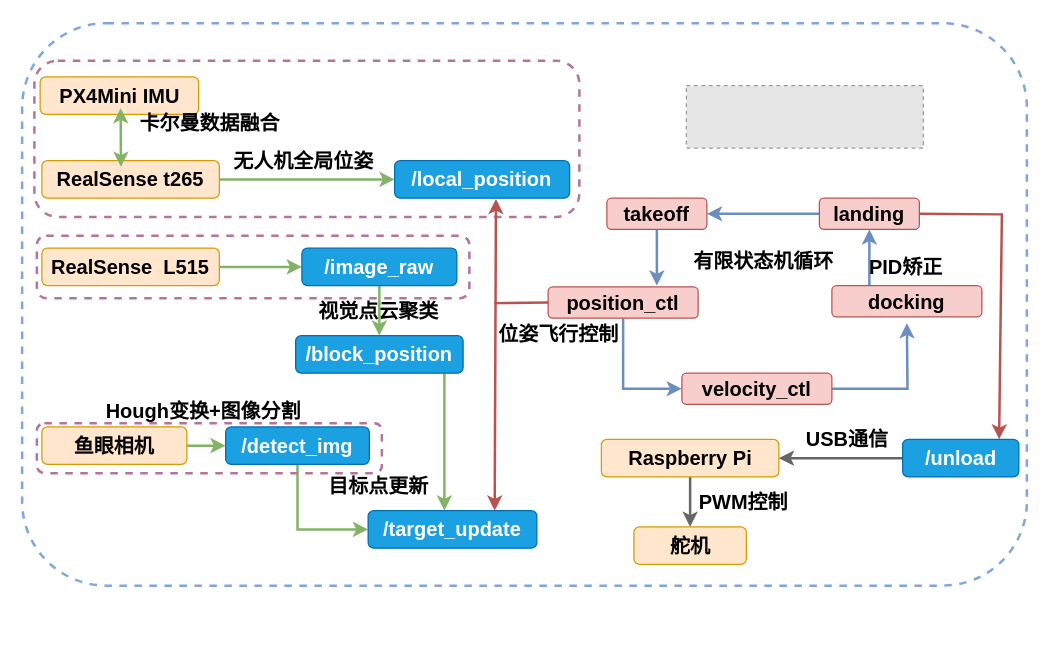
Before: DIP.drawio in Dem-phi/Everlasting-HA.github.io, a draw.io diagram. Source tidied: cells renumbered, new cells numbered last; positions are measured from the earlier drawing's top-left corner, leaving out a move shared by most shapes. Both pictures are drawn from the tidied source at 125%, with x=0, y=0 at pixel (21, 22). Pictures stored in the file or linked from it are replaced by grey dashed boxes.
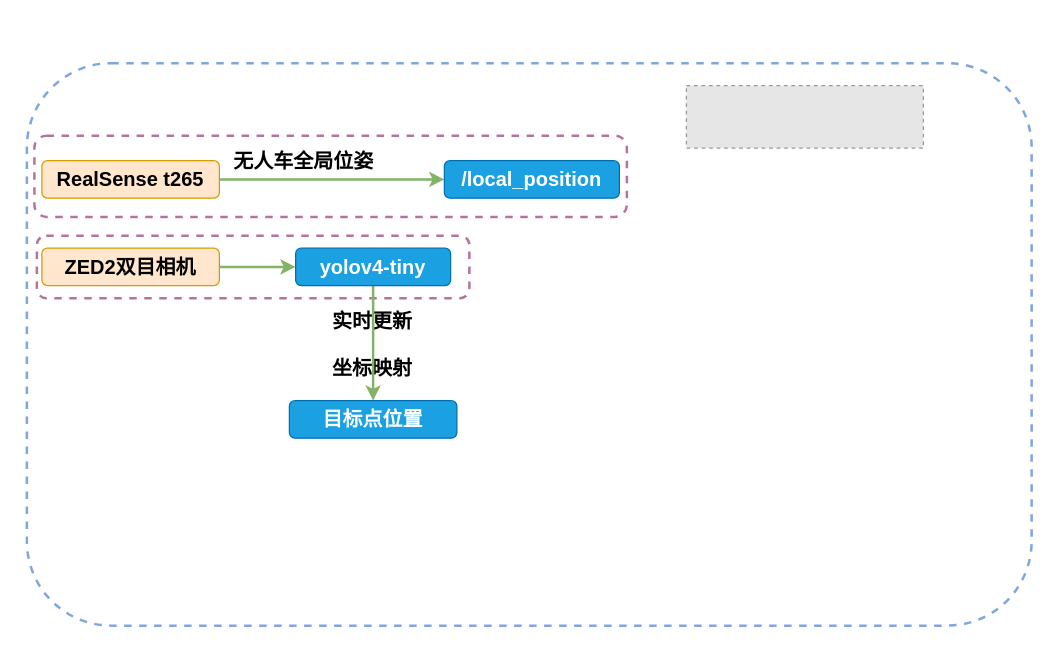
Above is the later version.

The edit, as a diff of the source:
```diff
@@
     <mxCell id="2" style="rounded=1;whiteSpace=wrap;html=1;fontSize=16;fontColor=#FFFFFF;fillColor=none;gradientColor=#ffffff;dashed=1;strokeWidth=2;strokeColor=#7EA6E0;" parent="1" vertex="1">
-      <mxGeometry x="0.2" width="803.8" height="450" as="geometry" />
+      <mxGeometry x="4" y="32" width="803.8" height="450" as="geometry" />
     </mxCell>
     <mxCell id="3" style="rounded=1;whiteSpace=wrap;html=1;fillColor=none;dashed=1;strokeColor=#B5739D;strokeWidth=2;" parent="1" vertex="1">
-      <mxGeometry x="10" y="30" width="436" height="125" as="geometry" />
+      <mxGeometry x="10" y="90" width="474" height="65" as="geometry" />
     </mxCell>
@@
-    <mxCell id="6" style="edgeStyle=orthogonalEdgeStyle;rounded=0;jettySize=auto;html=1;strokeWidth=2;fillColor=#d5e8d4;strokeColor=#82b366;entryX=0;entryY=0.5;entryDx=0;entryDy=0;" parent="1" edge="1" source="7" target="22">
-      <mxGeometry relative="1" as="geometry" />
-    </mxCell>
-    <mxCell id="7" value="/detect_img" style="rounded=1;whiteSpace=wrap;html=1;fillColor=#1ba1e2;strokeColor=#006EAF;horizontal=1;fontSize=16;fontColor=#ffffff;fontStyle=1;" parent="1" vertex="1">
-      <mxGeometry x="163" y="323" width="115" height="30" as="geometry" />
-    </mxCell>
@@
-    <mxCell id="11" value="&lt;font color=&quot;#000000&quot;&gt;RealSense&amp;nbsp; L515&lt;/font&gt;" style="rounded=1;whiteSpace=wrap;html=1;fontSize=16;fillColor=#ffe6cc;strokeColor=#d79b00;fontStyle=1;" parent="1" vertex="1">
+    <mxCell id="11" value="&lt;font color=&quot;#000000&quot;&gt;ZED2双目相机&lt;/font&gt;" style="rounded=1;whiteSpace=wrap;html=1;fontSize=16;fillColor=#ffe6cc;strokeColor=#d79b00;fontStyle=1;" parent="1" vertex="1">
       <mxGeometry x="16" y="180" width="142" height="30" as="geometry" />
     </mxCell>
-    <mxCell id="12" style="edgeStyle=orthogonalEdgeStyle;rounded=0;jettySize=auto;html=1;strokeWidth=2;fillColor=#f5f5f5;strokeColor=#666666;exitX=0.5;exitY=1;exitDx=0;exitDy=0;" parent="1" edge="1" source="48" target="13">
-      <mxGeometry relative="1" as="geometry" />
-    </mxCell>
-    <mxCell id="13" value="舵机" style="rounded=1;whiteSpace=wrap;html=1;fontSize=16;fillColor=#ffe6cc;strokeColor=#d79b00;fontStyle=1;" parent="1" vertex="1">
-      <mxGeometry x="489.6" y="403" width="90" height="30" as="geometry" />
-    </mxCell>
-    <mxCell id="14" style="edgeStyle=orthogonalEdgeStyle;rounded=0;jettySize=auto;html=1;strokeWidth=2;fillColor=#d5e8d4;strokeColor=#82b366;" parent="1" edge="1" source="15" target="7">
-      <mxGeometry relative="1" as="geometry" />
-    </mxCell>
-    <mxCell id="15" value="鱼眼相机" style="rounded=1;whiteSpace=wrap;html=1;fontSize=16;fillColor=#ffe6cc;strokeColor=#d79b00;fontStyle=1;" parent="1" vertex="1">
-      <mxGeometry x="16" y="323" width="116" height="30" as="geometry" />
-    </mxCell>
-    <mxCell id="16" value="&lt;b style=&quot;font-size: 16px&quot;&gt;视觉点云聚类&lt;/b&gt;" style="text;html=1;align=center;verticalAlign=middle;fillColor=none;strokeColor=none;rounded=0;fontSize=16;" parent="1" vertex="1">
-      <mxGeometry x="230" y="220" width="110" height="20" as="geometry" />
+    <mxCell id="16" value="&lt;b&gt;实时更新&lt;br&gt;&lt;br&gt;坐标映射&lt;br&gt;&lt;/b&gt;" style="text;html=1;align=center;verticalAlign=middle;fillColor=none;strokeColor=none;rounded=0;fontSize=16;" parent="1" vertex="1">
+      <mxGeometry x="240" y="227" width="80" height="60" as="geometry" />
     </mxCell>
     <mxCell id="17" value="/local_position" style="rounded=1;whiteSpace=wrap;html=1;fillColor=#1ba1e2;strokeColor=#006EAF;horizontal=1;fontSize=16;fontColor=#ffffff;fontStyle=1;" parent="1" vertex="1">
-      <mxGeometry x="298.2" y="110" width="140" height="30" as="geometry" />
+      <mxGeometry x="338" y="110" width="140" height="30" as="geometry" />
     </mxCell>
-    <mxCell id="18" style="edgeStyle=orthogonalEdgeStyle;rounded=0;jettySize=auto;html=1;strokeWidth=2;fillColor=#dae8fc;strokeColor=#6c8ebf;" parent="1" edge="1" source="19">
-      <mxGeometry relative="1" as="geometry">
-        <mxPoint x="508" y="210" as="targetPoint" />
-      </mxGeometry>
-    </mxCell>
-    <mxCell id="19" value="takeoff" style="rounded=1;whiteSpace=wrap;html=1;fillColor=#f8cecc;strokeColor=#b85450;horizontal=1;fontSize=16;fontStyle=1;" parent="1" vertex="1">
-      <mxGeometry x="468" y="140" width="80" height="25" as="geometry" />
-    </mxCell>
@@
-    <mxCell id="21" value="/image_raw" style="rounded=1;whiteSpace=wrap;html=1;fillColor=#1ba1e2;strokeColor=#006EAF;horizontal=1;fontSize=16;fontColor=#ffffff;fontStyle=1;" parent="1" vertex="1">
-      <mxGeometry x="224" y="180" width="124" height="30" as="geometry" />
+    <mxCell id="21" value="yolov4-tiny" style="rounded=1;whiteSpace=wrap;html=1;fillColor=#1ba1e2;strokeColor=#006EAF;horizontal=1;fontSize=16;fontColor=#ffffff;fontStyle=1;" parent="1" vertex="1">
+      <mxGeometry x="219" y="180" width="124" height="30" as="geometry" />
     </mxCell>
-    <mxCell id="22" value="/target_update" style="rounded=1;whiteSpace=wrap;html=1;fillColor=#1ba1e2;strokeColor=#006EAF;horizontal=1;fontSize=16;fontColor=#ffffff;fontStyle=1;" parent="1" vertex="1">
-      <mxGeometry x="277" y="390" width="135" height="30" as="geometry" />
-    </mxCell>
-    <mxCell id="23" style="edgeStyle=orthogonalEdgeStyle;rounded=0;orthogonalLoop=1;jettySize=auto;html=1;strokeWidth=2;fillColor=#d5e8d4;strokeColor=#82b366;" parent="1" edge="1">
-      <mxGeometry relative="1" as="geometry">
-        <mxPoint x="338" y="280" as="sourcePoint" />
-        <mxPoint x="338" y="390" as="targetPoint" />
-      </mxGeometry>
-    </mxCell>
-    <mxCell id="24" value="/block_position" style="rounded=1;whiteSpace=wrap;html=1;fillColor=#1ba1e2;strokeColor=#006EAF;horizontal=1;fontSize=16;fontColor=#ffffff;fontStyle=1;" parent="1" vertex="1">
-      <mxGeometry x="219" y="250" width="134" height="30" as="geometry" />
+    <mxCell id="24" value="目标点位置" style="rounded=1;whiteSpace=wrap;html=1;fillColor=#1ba1e2;strokeColor=#006EAF;horizontal=1;fontSize=16;fontColor=#ffffff;fontStyle=1;" parent="1" vertex="1">
+      <mxGeometry x="214" y="302" width="134" height="30" as="geometry" />
     </mxCell>
-    <mxCell id="25" value="&lt;b&gt;有限状态机循环&lt;/b&gt;" style="text;html=1;align=center;verticalAlign=middle;fillColor=none;strokeColor=none;rounded=0;fontSize=16;" parent="1" vertex="1">
-      <mxGeometry x="528" y="180" width="130" height="20" as="geometry" />
-    </mxCell>
-    <mxCell id="26" style="edgeStyle=orthogonalEdgeStyle;rounded=0;jettySize=auto;html=1;strokeWidth=2;entryX=0;entryY=0.5;entryDx=0;entryDy=0;fillColor=#dae8fc;strokeColor=#6c8ebf;" parent="1" edge="1" source="27" target="29">
-      <mxGeometry relative="1" as="geometry" />
-    </mxCell>
-    <mxCell id="27" value="position_ctl" style="rounded=1;whiteSpace=wrap;html=1;fillColor=#f8cecc;strokeColor=#b85450;horizontal=1;fontSize=16;fontStyle=1;" parent="1" vertex="1">
-      <mxGeometry x="421" y="211" width="120" height="25" as="geometry" />
-    </mxCell>
-    <mxCell id="28" style="edgeStyle=orthogonalEdgeStyle;rounded=0;jettySize=auto;html=1;strokeWidth=2;fillColor=#dae8fc;strokeColor=#6c8ebf;" parent="1" edge="1" source="29">
-      <mxGeometry relative="1" as="geometry">
-        <mxPoint x="708" y="240" as="targetPoint" />
-      </mxGeometry>
-    </mxCell>
-    <mxCell id="29" value="velocity_ctl" style="rounded=1;whiteSpace=wrap;html=1;fillColor=#f8cecc;strokeColor=#b85450;horizontal=1;fontSize=16;fontStyle=1;" parent="1" vertex="1">
-      <mxGeometry x="528" y="280" width="120" height="25" as="geometry" />
-    </mxCell>
-    <mxCell id="30" style="edgeStyle=orthogonalEdgeStyle;rounded=0;jettySize=auto;html=1;strokeWidth=2;fillColor=#dae8fc;strokeColor=#6c8ebf;exitX=0.25;exitY=0;exitDx=0;exitDy=0;" parent="1" edge="1" source="32" target="34">
-      <mxGeometry relative="1" as="geometry" />
-    </mxCell>
-    <mxCell id="31" style="edgeStyle=none;rounded=0;jettySize=auto;html=1;strokeWidth=2;exitX=1;exitY=0.5;exitDx=0;exitDy=0;entryX=0.83;entryY=0;entryDx=0;entryDy=0;entryPerimeter=0;fillColor=#f8cecc;strokeColor=#b85450;" parent="1" edge="1" source="34" target="47">
-      <mxGeometry relative="1" as="geometry">
-        <Array as="points">
-          <mxPoint x="784" y="153" />
-        </Array>
-      </mxGeometry>
-    </mxCell>
-    <mxCell id="32" value="docking" style="rounded=1;whiteSpace=wrap;html=1;fillColor=#f8cecc;strokeColor=#b85450;horizontal=1;fontSize=16;fontStyle=1;" parent="1" vertex="1">
-      <mxGeometry x="648" y="210" width="120" height="25" as="geometry" />
-    </mxCell>
-    <mxCell id="33" style="edgeStyle=orthogonalEdgeStyle;rounded=0;jettySize=auto;html=1;strokeWidth=2;entryX=1;entryY=0.5;entryDx=0;entryDy=0;fillColor=#dae8fc;strokeColor=#6c8ebf;" parent="1" edge="1" source="34" target="19">
-      <mxGeometry relative="1" as="geometry" />
-    </mxCell>
-    <mxCell id="34" value="landing" style="rounded=1;whiteSpace=wrap;html=1;fillColor=#f8cecc;strokeColor=#b85450;horizontal=1;fontSize=16;fontStyle=1;" parent="1" vertex="1">
-      <mxGeometry x="638" y="140" width="80" height="25" as="geometry" />
-    </mxCell>
-    <mxCell id="35" value="&lt;b&gt;PID矫正&lt;/b&gt;" style="text;html=1;align=center;verticalAlign=middle;fillColor=none;strokeColor=none;rounded=0;fontSize=16;" parent="1" vertex="1">
-      <mxGeometry x="672" y="185" width="70" height="20" as="geometry" />
-    </mxCell>
-    <mxCell id="36" value="&lt;b style=&quot;font-size: 16px&quot;&gt;无人机全局位姿&lt;/b&gt;" style="text;html=1;align=center;verticalAlign=middle;fillColor=none;strokeColor=none;rounded=0;fontSize=16;" parent="1" vertex="1">
+    <mxCell id="36" value="&lt;b style=&quot;font-size: 16px&quot;&gt;无人车全局位姿&lt;/b&gt;" style="text;html=1;align=center;verticalAlign=middle;fillColor=none;strokeColor=none;rounded=0;fontSize=16;" parent="1" vertex="1">
       <mxGeometry x="160.2" y="100" width="130" height="20" as="geometry" />
     </mxCell>
-    <mxCell id="37" style="endArrow=classic;startArrow=classic;html=1;rounded=0;strokeWidth=2;exitX=0.75;exitY=0;exitDx=0;exitDy=0;entryX=0.579;entryY=1.02;entryDx=0;entryDy=0;entryPerimeter=0;fillColor=#f8cecc;strokeColor=#b85450;" parent="1" edge="1" source="22" target="17">
-      <mxGeometry relative="1" as="geometry" />
-    </mxCell>
-    <mxCell id="38" value="&lt;b&gt;目标点更新&lt;br&gt;&lt;/b&gt;" style="text;html=1;align=center;verticalAlign=middle;fillColor=none;strokeColor=none;rounded=0;fontSize=16;" parent="1" vertex="1">
-      <mxGeometry x="235" y="360" width="100" height="20" as="geometry" />
-    </mxCell>
-    <mxCell id="39" style="endArrow=none;html=1;rounded=0;strokeWidth=2;entryX=0;entryY=0.5;entryDx=0;entryDy=0;fillColor=#f8cecc;strokeColor=#b85450;" parent="1" edge="1" target="27">
-      <mxGeometry relative="1" as="geometry">
-        <mxPoint x="378" y="224" as="sourcePoint" />
-      </mxGeometry>
-    </mxCell>
-    <mxCell id="40" style="rounded=1;whiteSpace=wrap;html=1;fillColor=none;dashed=1;strokeColor=#B5739D;strokeWidth=2;" parent="1" vertex="1">
-      <mxGeometry x="12" y="320" width="276" height="40" as="geometry" />
-    </mxCell>
-    <mxCell id="41" value="&lt;b&gt;Hough变换+图像分割&lt;br&gt;&lt;/b&gt;" style="text;html=1;align=center;verticalAlign=middle;fillColor=none;strokeColor=none;rounded=0;fontSize=16;" parent="1" vertex="1">
-      <mxGeometry x="60" y="300" width="170" height="20" as="geometry" />
-    </mxCell>
-    <mxCell id="42" value="&lt;b style=&quot;font-size: 16px&quot;&gt;位姿飞行控制&lt;/b&gt;" style="text;html=1;align=center;verticalAlign=middle;fillColor=none;strokeColor=none;rounded=0;fontSize=16;" parent="1" vertex="1">
-      <mxGeometry x="374" y="239" width="110" height="20" as="geometry" />
-    </mxCell>
-    <mxCell id="43" value="&lt;font color=&quot;#000000&quot;&gt;PX4Mini IMU&lt;/font&gt;" style="rounded=1;whiteSpace=wrap;html=1;fontSize=16;fillColor=#ffe6cc;strokeColor=#d79b00;fontStyle=1;" parent="1" vertex="1">
-      <mxGeometry x="14.6" y="43" width="126.8" height="30" as="geometry" />
-    </mxCell>
-    <mxCell id="44" style="endArrow=classic;startArrow=classic;html=1;rounded=0;strokeWidth=2;exitX=0.439;exitY=-0.1;exitDx=0;exitDy=0;exitPerimeter=0;fillColor=#d5e8d4;strokeColor=#82b366;" parent="1" edge="1">
-      <mxGeometry relative="1" as="geometry">
-        <mxPoint x="79.3" y="115" as="sourcePoint" />
-        <mxPoint x="79" y="68" as="targetPoint" />
-      </mxGeometry>
-    </mxCell>
-    <mxCell id="45" value="&lt;b&gt;卡尔曼数据融合&lt;/b&gt;" style="text;html=1;align=center;verticalAlign=middle;fillColor=none;strokeColor=none;rounded=0;fontSize=16;" parent="1" vertex="1">
-      <mxGeometry x="85" y="70" width="130" height="20" as="geometry" />
-    </mxCell>
-    <mxCell id="46" style="edgeStyle=none;rounded=0;jettySize=auto;html=1;fontColor=#000000;strokeWidth=2;fillColor=#f5f5f5;strokeColor=#666666;" parent="1" edge="1" source="47" target="48">
-      <mxGeometry relative="1" as="geometry" />
-    </mxCell>
-    <mxCell id="47" value="/unload" style="rounded=1;whiteSpace=wrap;html=1;fillColor=#1ba1e2;strokeColor=#006EAF;horizontal=1;fontSize=16;fontColor=#ffffff;fontStyle=1;" parent="1" vertex="1">
-      <mxGeometry x="704.6" y="333" width="93" height="30" as="geometry" />
-    </mxCell>
-    <mxCell id="48" value="&lt;span style=&quot;&quot;&gt;Raspberry Pi&lt;/span&gt;" style="rounded=1;whiteSpace=wrap;html=1;fontSize=16;fillColor=#ffe6cc;strokeColor=#d79b00;fontStyle=1;fontColor=#000000;" parent="1" vertex="1">
-      <mxGeometry x="463.6" y="333" width="142" height="30" as="geometry" />
-    </mxCell>
-    <mxCell id="49" value="&lt;b&gt;USB通信&lt;/b&gt;" style="text;html=1;align=center;verticalAlign=middle;fillColor=none;strokeColor=none;rounded=0;fontSize=16;" parent="1" vertex="1">
-      <mxGeometry x="619.6" y="323" width="80" height="20" as="geometry" />
-    </mxCell>
-    <mxCell id="50" value="&lt;b&gt;PWM控制&lt;br&gt;&lt;/b&gt;" style="text;html=1;align=center;verticalAlign=middle;fillColor=none;strokeColor=none;rounded=0;fontSize=16;" parent="1" vertex="1">
-      <mxGeometry x="531.6" y="373" width="90" height="20" as="geometry" />
-    </mxCell>
```
